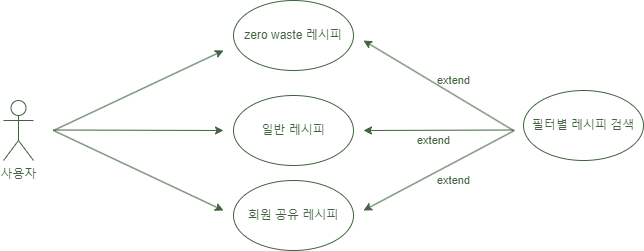
Above: 수정/레시피-수정.png in Yoon-jae-min/UsecaseDiagram (draw.io), before the change. Source tidied: cells renumbered, new cells last; positions are measured from the earlier drawing's top-left corner, leaving out a move shared by most shapes.
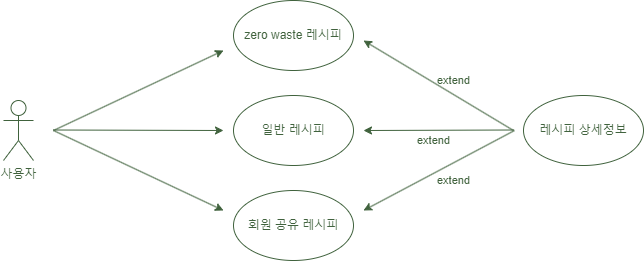
The same diagram one commit later.

Commit message:
레시피-수정.png 업데이트

Change to the diagram source:
```diff
@@ -12,10 +12,10 @@
       <mxGeometry x="230" y="95" width="120" height="70" as="geometry" />
     </mxCell>
     <mxCell id="5" value="회원 공유 레시피" style="ellipse;whiteSpace=wrap;html=1;fillColor=none;fontColor=#40623d;strokeColor=#40623d;" parent="1" vertex="1">
-      <mxGeometry x="230" y="180" width="120" height="70" as="geometry" />
+      <mxGeometry x="230" y="190" width="120" height="70" as="geometry" />
     </mxCell>
-    <mxCell id="6" value="필터별 레시피 검색" style="ellipse;whiteSpace=wrap;html=1;fillColor=none;fontColor=#40623d;strokeColor=#40623d;" parent="1" vertex="1">
-      <mxGeometry x="520" y="90" width="120" height="70" as="geometry" />
+    <mxCell id="6" value="레시피 상세정보" style="ellipse;whiteSpace=wrap;html=1;fillColor=none;fontColor=#40623d;strokeColor=#40623d;" parent="1" vertex="1">
+      <mxGeometry x="520" y="95" width="120" height="70" as="geometry" />
     </mxCell>
     <mxCell id="7" style="endArrow=classic;html=1;rounded=0;fontColor=#40623d;strokeColor=#40623d;" parent="1" edge="1">
       <mxGeometry relative="1" as="geometry">
```
